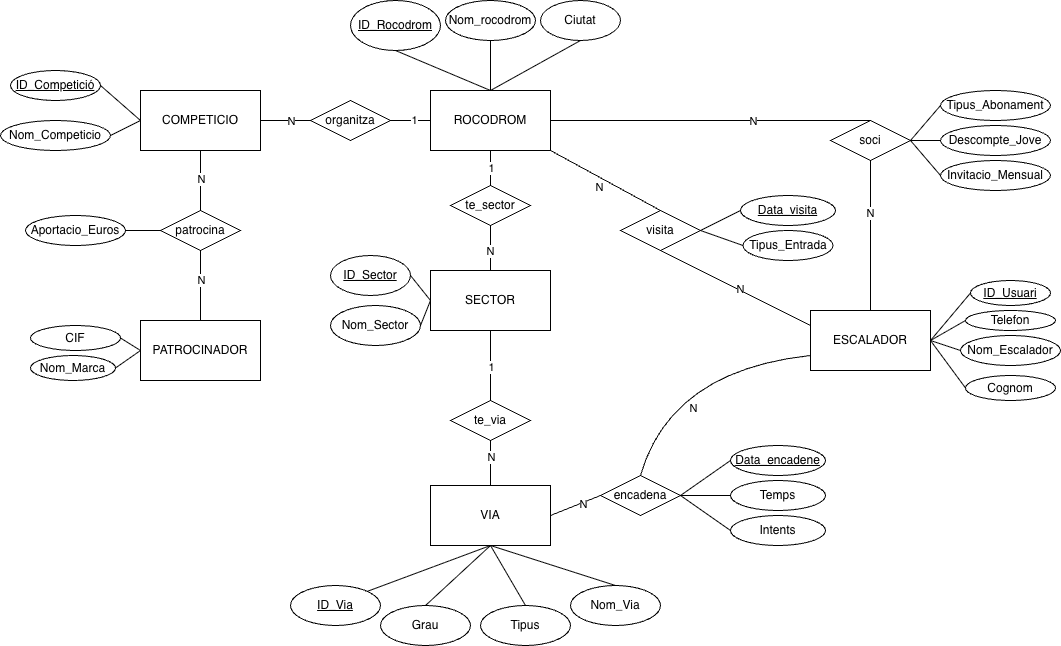
huangjuehe/basesdedatos keeps this draw.io diagram as diagrama.png. Above is the earlier version. Source tidied: cells renumbered, new cells last; positions are measured from the earlier drawing's top-left corner, leaving out a move shared by most shapes.
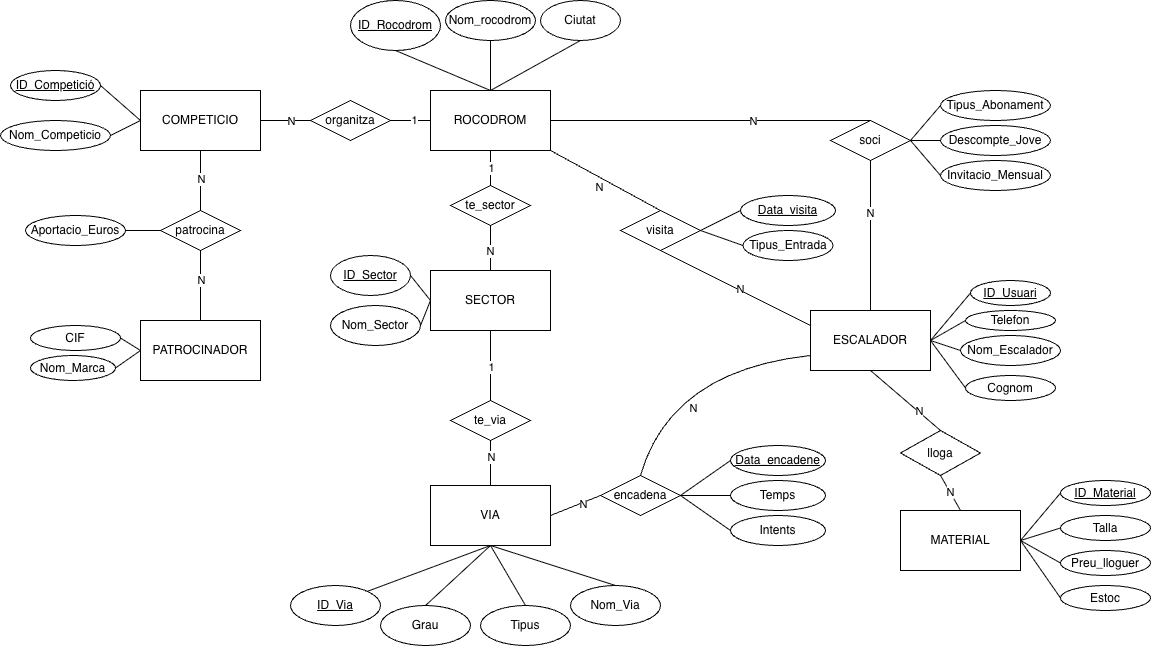
After the change.

Diff of the diagram source:
```diff
@@ -291,5 +291,44 @@
     <mxCell id="94" style="endArrow=none;html=1;rounded=0;entryX=1;entryY=0.5;entryDx=0;entryDy=0;exitX=0;exitY=0.5;exitDx=0;exitDy=0;" parent="1" edge="1" source="91" target="86">
       <mxGeometry relative="1" as="geometry" />
     </mxCell>
+    <mxCell id="95" value="MATERIAL" style="rounded=0;whiteSpace=wrap;html=1;" parent="1" vertex="1">
+      <mxGeometry x="900" y="510" width="120" height="60" as="geometry" />
+    </mxCell>
+    <mxCell id="96" value="&lt;u&gt;ID_Material&lt;/u&gt;" style="ellipse;whiteSpace=wrap;html=1;" parent="1" vertex="1">
+      <mxGeometry x="1060" y="480" width="90" height="25" as="geometry" />
+    </mxCell>
+    <mxCell id="97" value="Estoc" style="ellipse;whiteSpace=wrap;html=1;" parent="1" vertex="1">
+      <mxGeometry x="1060" y="585" width="90" height="25" as="geometry" />
+    </mxCell>
+    <mxCell id="98" value="Talla" style="ellipse;whiteSpace=wrap;html=1;" parent="1" vertex="1">
+      <mxGeometry x="1060" y="515" width="90" height="25" as="geometry" />
+    </mxCell>
+    <mxCell id="99" value="Preu_lloguer" style="ellipse;whiteSpace=wrap;html=1;" parent="1" vertex="1">
+      <mxGeometry x="1060" y="550" width="90" height="25" as="geometry" />
+    </mxCell>
+    <mxCell id="100" style="endArrow=none;html=1;rounded=0;entryX=1;entryY=0.5;entryDx=0;entryDy=0;exitX=0;exitY=0.5;exitDx=0;exitDy=0;" parent="1" edge="1" source="96" target="95">
+      <mxGeometry relative="1" as="geometry" />
+    </mxCell>
+    <mxCell id="101" style="endArrow=none;html=1;rounded=0;entryX=1;entryY=0.5;entryDx=0;entryDy=0;exitX=0;exitY=0.5;exitDx=0;exitDy=0;" parent="1" edge="1" source="98" target="95">
+      <mxGeometry relative="1" as="geometry" />
+    </mxCell>
+    <mxCell id="102" style="endArrow=none;html=1;rounded=0;entryX=0;entryY=0.5;entryDx=0;entryDy=0;exitX=1;exitY=0.5;exitDx=0;exitDy=0;" parent="1" edge="1" source="95" target="99">
+      <mxGeometry relative="1" as="geometry" />
+    </mxCell>
+    <mxCell id="103" style="endArrow=none;html=1;rounded=0;entryX=0;entryY=0.5;entryDx=0;entryDy=0;exitX=1;exitY=0.5;exitDx=0;exitDy=0;" parent="1" edge="1" source="95" target="97">
+      <mxGeometry relative="1" as="geometry" />
+    </mxCell>
+    <mxCell id="104" value="lloga" style="rhombus;whiteSpace=wrap;html=1;" parent="1" vertex="1">
+      <mxGeometry x="900" y="430" width="80" height="45" as="geometry" />
+    </mxCell>
+    <mxCell id="105" style="endArrow=none;html=1;rounded=0;entryX=0.5;entryY=0;entryDx=0;entryDy=0;exitX=0.5;exitY=1;exitDx=0;exitDy=0;" parent="1" edge="1" source="7" target="104">
+      <mxGeometry relative="1" as="geometry" />
+    </mxCell>
+    <mxCell id="106" value="N" style="edgeLabel;html=1;align=center;verticalAlign=middle;" parent="105" vertex="1">
+      <mxGeometry x="0.38" y="1" relative="1" as="geometry" />
+    </mxCell>
+    <mxCell id="107" value="N" style="endArrow=none;html=1;rounded=0;entryX=0.5;entryY=0;entryDx=0;entryDy=0;exitX=0.5;exitY=1;exitDx=0;exitDy=0;" parent="1" edge="1" source="104" target="95">
+      <mxGeometry relative="1" as="geometry" />
+    </mxCell>
   </root>
 </mxGraphModel>
```
